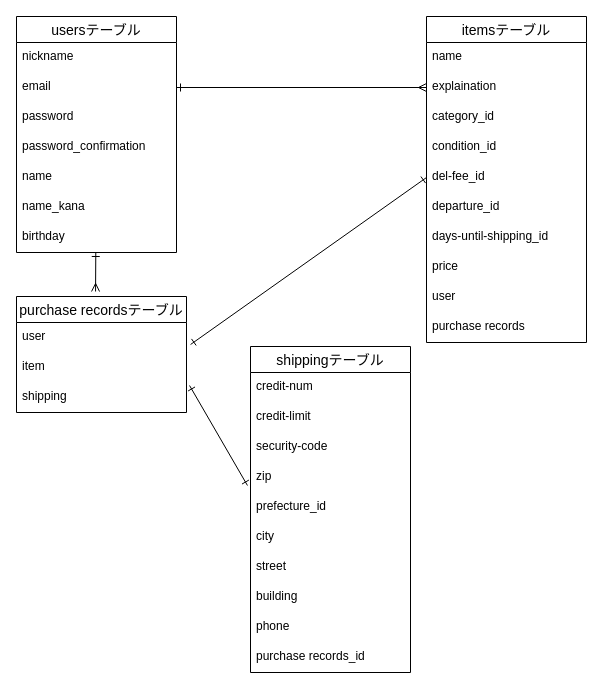
The draw.io diagram test.dio in sakuuuuuuuu/furima-39461, before the edit. Source tidied: cells renumbered, new cells numbered last; positions are measured from the earlier drawing's top-left corner, leaving out a move shared by most shapes. Both pictures are drawn from the tidied source at 100%, with x=0, y=0 at pixel (16, 16).
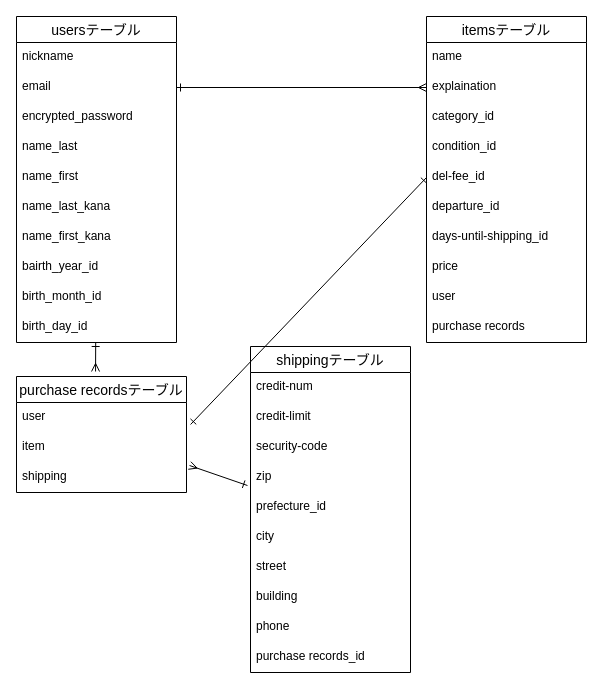
The same page after the edit.

Unchanged cells that the change refers to:
```xml
<mxCell id="26" value="zip" style="text;strokeColor=none;fillColor=none;spacingLeft=4;spacingRight=4;overflow=hidden;points=[[0,0.5],[1,0.5]];portConstraint=eastwest;fontSize=12;" parent="22" vertex="1">
  <mxGeometry y="116" width="160" height="30" as="geometry" />
</mxCell>
<mxCell id="38" value="shipping" style="text;strokeColor=none;fillColor=none;spacingLeft=4;spacingRight=4;overflow=hidden;points=[[0,0.5],[1,0.5]];portConstraint=eastwest;fontSize=12;" parent="35" vertex="1">
  <mxGeometry y="86" width="170" height="30" as="geometry" />
</mxCell>
```

The edit, as a diff of the source:
```diff
@@
     <mxCell id="3" value="usersテーブル" style="swimlane;fontStyle=0;horizontal=1;startSize=26;align=center;fontSize=14;" parent="1" vertex="1">
-      <mxGeometry width="160" height="236" as="geometry" />
+      <mxGeometry width="160" height="326" as="geometry" />
     </mxCell>
@@
-    <mxCell id="6" value="password&#10;" style="text;strokeColor=none;fillColor=none;spacingLeft=4;spacingRight=4;overflow=hidden;fontSize=12;" parent="3" vertex="1">
+    <mxCell id="6" value="encrypted_password&#10;" style="text;strokeColor=none;fillColor=none;spacingLeft=4;spacingRight=4;overflow=hidden;fontSize=12;" parent="3" vertex="1">
       <mxGeometry y="86" width="160" height="30" as="geometry" />
     </mxCell>
-    <mxCell id="7" value="password_confirmation" style="text;strokeColor=none;fillColor=none;spacingLeft=4;spacingRight=4;overflow=hidden;fontSize=12;" parent="3" vertex="1">
-      <mxGeometry y="116" width="160" height="30" as="geometry" />
-    </mxCell>
-    <mxCell id="8" value="name" style="text;strokeColor=none;fillColor=none;spacingLeft=4;spacingRight=4;overflow=hidden;fontSize=12;" parent="3" vertex="1">
-      <mxGeometry y="146" width="160" height="30" as="geometry" />
+    <mxCell id="8" value="name_last" style="text;strokeColor=none;fillColor=none;spacingLeft=4;spacingRight=4;overflow=hidden;fontSize=12;" parent="3" vertex="1">
+      <mxGeometry y="116" width="160" height="30" as="geometry" />
     </mxCell>
+    <mxCell id="40" value="name_first" style="text;strokeColor=none;fillColor=none;spacingLeft=4;spacingRight=4;overflow=hidden;fontSize=12;" parent="3" vertex="1">
+      <mxGeometry y="146" width="160" height="30" as="geometry" />
+    </mxCell>
-    <mxCell id="9" value="name_kana" style="text;strokeColor=none;fillColor=none;spacingLeft=4;spacingRight=4;overflow=hidden;fontSize=12;" parent="3" vertex="1">
+    <mxCell id="9" value="name_last_kana" style="text;strokeColor=none;fillColor=none;spacingLeft=4;spacingRight=4;overflow=hidden;fontSize=12;" parent="3" vertex="1">
       <mxGeometry y="176" width="160" height="30" as="geometry" />
     </mxCell>
+    <mxCell id="41" value="name_first_kana" style="text;strokeColor=none;fillColor=none;spacingLeft=4;spacingRight=4;overflow=hidden;fontSize=12;" parent="3" vertex="1">
+      <mxGeometry y="206" width="160" height="30" as="geometry" />
+    </mxCell>
+    <mxCell id="42" value="bairth_year_id" style="text;strokeColor=none;fillColor=none;spacingLeft=4;spacingRight=4;overflow=hidden;fontSize=12;" parent="3" vertex="1">
+      <mxGeometry y="236" width="160" height="30" as="geometry" />
+    </mxCell>
+    <mxCell id="43" value="birth_month_id" style="text;strokeColor=none;fillColor=none;spacingLeft=4;spacingRight=4;overflow=hidden;fontSize=12;" parent="3" vertex="1">
+      <mxGeometry y="266" width="160" height="30" as="geometry" />
+    </mxCell>
-    <mxCell id="10" value="birthday" style="text;strokeColor=none;fillColor=none;spacingLeft=4;spacingRight=4;overflow=hidden;fontSize=12;" parent="3" vertex="1">
-      <mxGeometry y="206" width="160" height="30" as="geometry" />
+    <mxCell id="10" value="birth_day_id" style="text;strokeColor=none;fillColor=none;spacingLeft=4;spacingRight=4;overflow=hidden;fontSize=12;" parent="3" vertex="1">
+      <mxGeometry y="296" width="160" height="30" as="geometry" />
     </mxCell>
@@
-    <mxCell id="34" style="edgeStyle=none;html=1;entryX=-0.019;entryY=0.767;entryDx=0;entryDy=0;startArrow=ERone;startFill=0;endArrow=ERone;endFill=0;entryPerimeter=0;exitX=1.018;exitY=0.1;exitDx=0;exitDy=0;exitPerimeter=0;" parent="1" edge="1" source="38" target="26">
+    <mxCell id="34" style="edgeStyle=none;html=1;entryX=-0.019;entryY=0.767;entryDx=0;entryDy=0;startArrow=ERmany;startFill=0;endArrow=ERone;endFill=0;entryPerimeter=0;exitX=1.018;exitY=0.1;exitDx=0;exitDy=0;exitPerimeter=0;" parent="1" edge="1" source="38" target="26">
       <mxGeometry relative="1" as="geometry" />
     </mxCell>
     <mxCell id="35" value="purchase recordsテーブル" style="swimlane;fontStyle=0;horizontal=1;startSize=26;align=center;fontSize=14;" parent="1" vertex="1">
-      <mxGeometry y="280" width="170" height="116" as="geometry" />
+      <mxGeometry y="360" width="170" height="116" as="geometry" />
     </mxCell>
```
